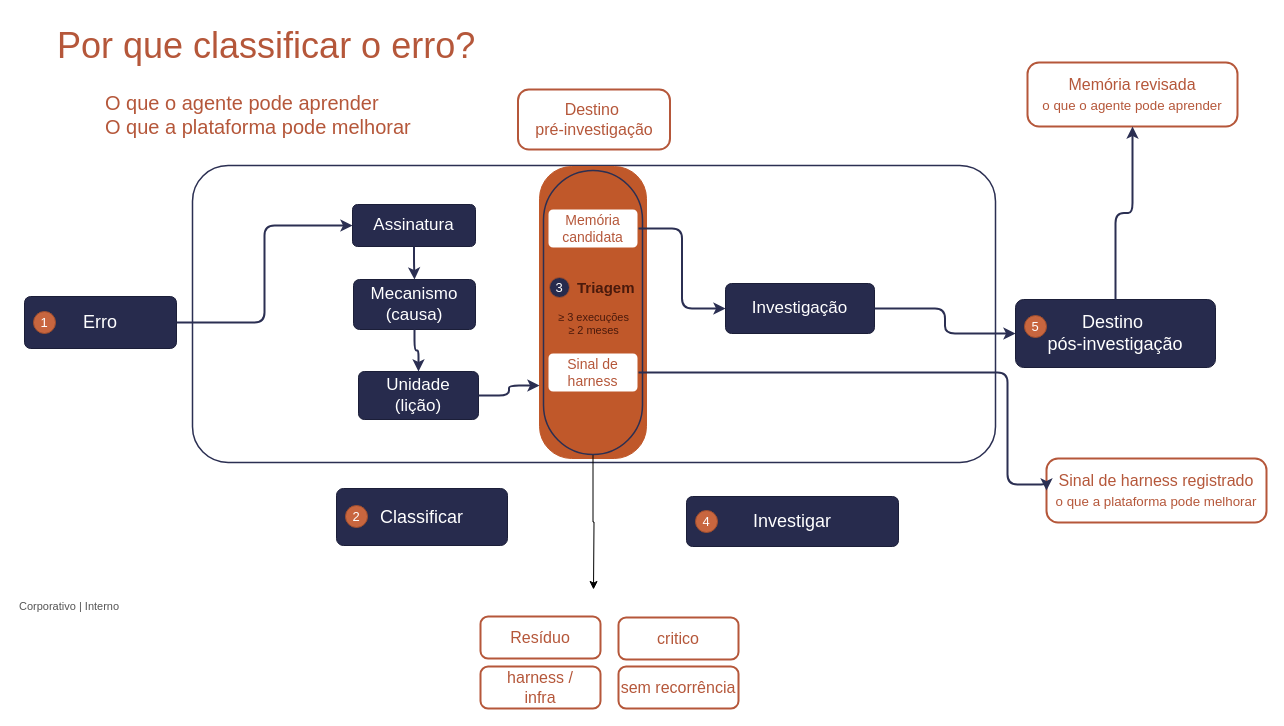
rc-ventura/memory_layer_ai_agents keeps this draw.io diagram as docs/sources/draw.io/por_que_classificar_erro.drawio. Above is the earlier version. Source tidied: cells renumbered, new cells numbered last; positions are measured from the earlier drawing's top-left corner, leaving out a move shared by most shapes. Both pictures are drawn from the tidied source at 100%, with x=0, y=0 at pixel (17, 17).
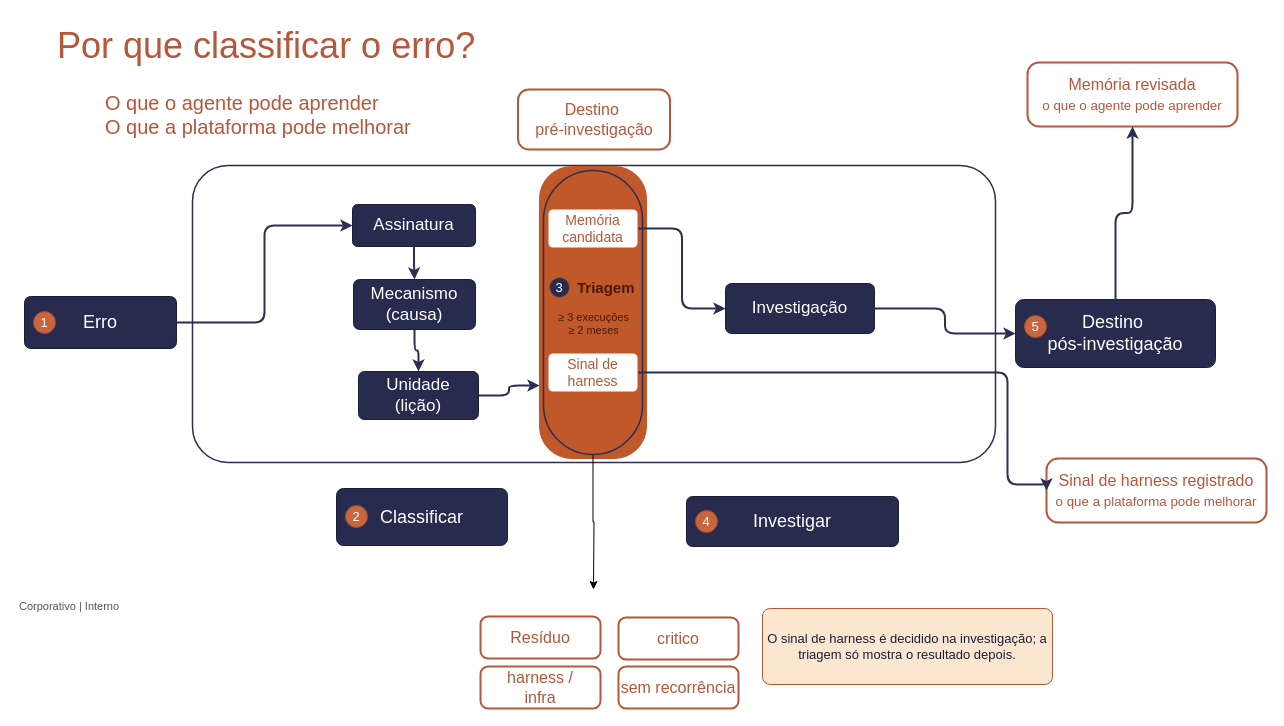
The same page after the edit.

What changed in the source:
```diff
@@
+    <mxCell id="41" value="O sinal de harness é decidido na investigação; a triagem só mostra o resultado depois." style="rounded=1;arcSize=10;whiteSpace=wrap;html=1;fillColor=#FBE7D0;strokeColor=#B5573A;fontColor=#1B1E38;fontSize=13;" parent="1" vertex="1">
+      <mxGeometry x="745" y="591" width="290" height="76" as="geometry" />
+    </mxCell>
```
